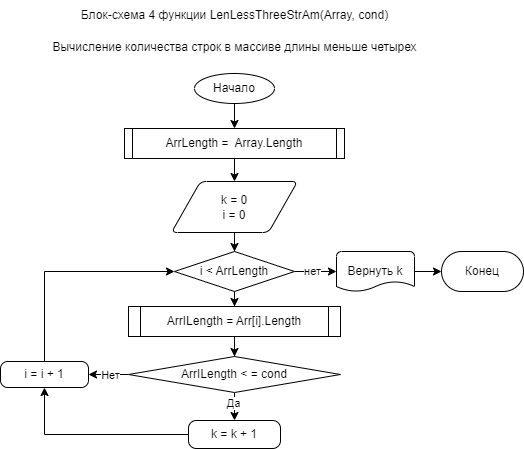
Before: picture4.png, a diagram exported from draw.io (AslanAksir/test_on_the_main_block_Lesson1). Source tidied: cells renumbered, new cells last; positions are measured from the earlier drawing's top-left corner, leaving out a move shared by most shapes. Source of this version:
```xml
<mxGraphModel>
  <root>
    <mxCell id="0" />
    <mxCell id="1" parent="0" />
    <mxCell id="2" style="edgeStyle=orthogonalEdgeStyle;rounded=0;jettySize=auto;html=1;" parent="1" edge="1" source="3" target="7">
      <mxGeometry relative="1" as="geometry" />
    </mxCell>
    <mxCell id="3" value="Начало" style="strokeWidth=1;html=1;shape=mxgraph.flowchart.start_1;whiteSpace=wrap;" parent="1" vertex="1">
      <mxGeometry x="194" y="73" width="80" height="30" as="geometry" />
    </mxCell>
    <mxCell id="4" style="edgeStyle=orthogonalEdgeStyle;rounded=0;jettySize=auto;html=1;" parent="1" edge="1" source="5" target="11">
      <mxGeometry relative="1" as="geometry" />
    </mxCell>
    <mxCell id="5" value="k = 0&lt;br&gt;i = 0" style="shape=parallelogram;html=1;strokeWidth=1;perimeter=parallelogramPerimeter;whiteSpace=wrap;rounded=1;arcSize=12;size=0.23;" parent="1" vertex="1">
      <mxGeometry x="171" y="181" width="126" height="51" as="geometry" />
    </mxCell>
    <mxCell id="6" style="edgeStyle=orthogonalEdgeStyle;rounded=0;jettySize=auto;html=1;" parent="1" edge="1" source="7" target="5">
      <mxGeometry relative="1" as="geometry" />
    </mxCell>
    <mxCell id="7" value="ArrLength =&amp;nbsp; Array.Length" style="shape=process;whiteSpace=wrap;html=1;backgroundOutline=1;size=0.03636363636363636;" parent="1" vertex="1">
      <mxGeometry x="124" y="128" width="220" height="30" as="geometry" />
    </mxCell>
    <mxCell id="8" style="edgeStyle=orthogonalEdgeStyle;rounded=0;jettySize=auto;html=1;" parent="1" edge="1" source="11" target="13">
      <mxGeometry relative="1" as="geometry" />
    </mxCell>
    <mxCell id="9" value="нет" style="edgeLabel;html=1;align=center;verticalAlign=middle;" parent="8" vertex="1">
      <mxGeometry x="0.34" y="1" relative="1" as="geometry">
        <mxPoint x="-11" as="offset" />
      </mxGeometry>
    </mxCell>
    <mxCell id="10" style="edgeStyle=orthogonalEdgeStyle;rounded=0;jettySize=auto;html=1;" parent="1" edge="1" source="11" target="16">
      <mxGeometry relative="1" as="geometry" />
    </mxCell>
    <mxCell id="11" value="i &amp;lt; ArrLength" style="strokeWidth=1;html=1;shape=mxgraph.flowchart.decision;whiteSpace=wrap;" parent="1" vertex="1">
      <mxGeometry x="174" y="251" width="120" height="40" as="geometry" />
    </mxCell>
    <mxCell id="12" style="edgeStyle=orthogonalEdgeStyle;rounded=0;jettySize=auto;html=1;" parent="1" edge="1" source="13" target="14">
      <mxGeometry relative="1" as="geometry" />
    </mxCell>
    <mxCell id="13" value="Вернуть k" style="strokeWidth=1;html=1;shape=mxgraph.flowchart.document2;whiteSpace=wrap;size=0.25;" parent="1" vertex="1">
      <mxGeometry x="336" y="251" width="78" height="40" as="geometry" />
    </mxCell>
    <mxCell id="14" value="Конец" style="rounded=1;whiteSpace=wrap;html=1;strokeWidth=1;arcSize=50;" parent="1" vertex="1">
      <mxGeometry x="441" y="251" width="82" height="40" as="geometry" />
    </mxCell>
    <mxCell id="15" style="edgeStyle=orthogonalEdgeStyle;rounded=0;jettySize=auto;html=1;" parent="1" edge="1" source="16" target="21">
      <mxGeometry relative="1" as="geometry" />
    </mxCell>
    <mxCell id="16" value="ArrILength = Arr[i].Length" style="shape=process;whiteSpace=wrap;html=1;backgroundOutline=1;strokeWidth=1;size=0.05660377358490566;" parent="1" vertex="1">
      <mxGeometry x="128" y="306" width="212" height="30" as="geometry" />
    </mxCell>
    <mxCell id="17" style="edgeStyle=orthogonalEdgeStyle;rounded=0;jettySize=auto;html=1;" parent="1" edge="1" source="21" target="23">
      <mxGeometry relative="1" as="geometry" />
    </mxCell>
    <mxCell id="18" value="Да" style="edgeLabel;html=1;align=center;verticalAlign=middle;" parent="17" vertex="1">
      <mxGeometry x="-0.75" y="-2" relative="1" as="geometry">
        <mxPoint y="3" as="offset" />
      </mxGeometry>
    </mxCell>
    <mxCell id="19" style="edgeStyle=orthogonalEdgeStyle;rounded=0;jettySize=auto;html=1;" parent="1" edge="1" source="21" target="24">
      <mxGeometry relative="1" as="geometry" />
    </mxCell>
    <mxCell id="20" value="Нет" style="edgeLabel;html=1;align=center;verticalAlign=middle;" parent="19" vertex="1">
      <mxGeometry x="0.22" relative="1" as="geometry">
        <mxPoint x="5" as="offset" />
      </mxGeometry>
    </mxCell>
    <mxCell id="21" value="ArrILength &amp;lt; = cond" style="rhombus;whiteSpace=wrap;html=1;strokeWidth=1;" parent="1" vertex="1">
      <mxGeometry x="128" y="356" width="212" height="36" as="geometry" />
    </mxCell>
    <mxCell id="22" style="edgeStyle=orthogonalEdgeStyle;rounded=0;jettySize=auto;html=1;entryX=0.5;entryY=1;entryDx=0;entryDy=0;" parent="1" edge="1" source="23" target="24">
      <mxGeometry relative="1" as="geometry" />
    </mxCell>
    <mxCell id="23" value="k = k + 1" style="rounded=1;whiteSpace=wrap;html=1;strokeWidth=1;arcSize=28;" parent="1" vertex="1">
      <mxGeometry x="188" y="420" width="92" height="28" as="geometry" />
    </mxCell>
    <mxCell id="24" value="i = i + 1" style="whiteSpace=wrap;html=1;rounded=1;strokeWidth=1;arcSize=28;" parent="1" vertex="1">
      <mxGeometry y="361" width="88" height="26" as="geometry" />
    </mxCell>
    <mxCell id="25" style="edgeStyle=orthogonalEdgeStyle;rounded=0;jettySize=auto;html=1;entryX=0;entryY=0.5;entryDx=0;entryDy=0;entryPerimeter=0;" parent="1" edge="1" source="24" target="11">
      <mxGeometry relative="1" as="geometry">
        <Array as="points">
          <mxPoint x="44" y="271" />
        </Array>
      </mxGeometry>
    </mxCell>
    <mxCell id="26" value="Блок-схема 4 функции LenLessThreeStrAm(Array, cond)" style="text;html=1;align=center;verticalAlign=middle;strokeColor=none;fillColor=none;" parent="1" vertex="1">
      <mxGeometry x="69" width="330" height="30" as="geometry" />
    </mxCell>
    <mxCell id="27" value="Вычисление количества строк в массиве длины меньше четырех" style="text;html=1;align=center;verticalAlign=middle;strokeColor=none;fillColor=none;" parent="1" vertex="1">
      <mxGeometry x="39" y="32" width="390" height="30" as="geometry" />
    </mxCell>
  </root>
</mxGraphModel>
```
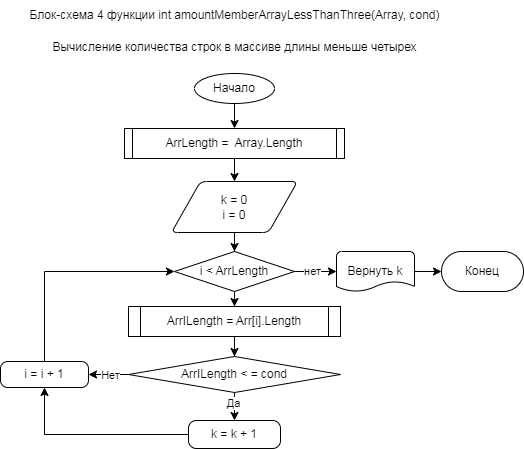
The same file after the commit.

The edit, as a diff of the source:
```diff
@@ -84,8 +84,8 @@
         </Array>
       </mxGeometry>
     </mxCell>
-    <mxCell id="26" value="Блок-схема 4 функции LenLessThreeStrAm(Array, cond)" style="text;html=1;align=center;verticalAlign=middle;strokeColor=none;fillColor=none;" parent="1" vertex="1">
-      <mxGeometry x="69" width="330" height="30" as="geometry" />
+    <mxCell id="26" value="Блок-схема 4 функции&amp;nbsp;int amountMemberArrayLessThanThree&lt;span style=&quot;background-color: initial;&quot;&gt;(Array, cond)&lt;/span&gt;" style="text;html=1;align=center;verticalAlign=middle;strokeColor=none;fillColor=none;" parent="1" vertex="1">
+      <mxGeometry x="19" width="430" height="30" as="geometry" />
     </mxCell>
     <mxCell id="27" value="Вычисление количества строк в массиве длины меньше четырех" style="text;html=1;align=center;verticalAlign=middle;strokeColor=none;fillColor=none;" parent="1" vertex="1">
       <mxGeometry x="39" y="32" width="390" height="30" as="geometry" />
```
